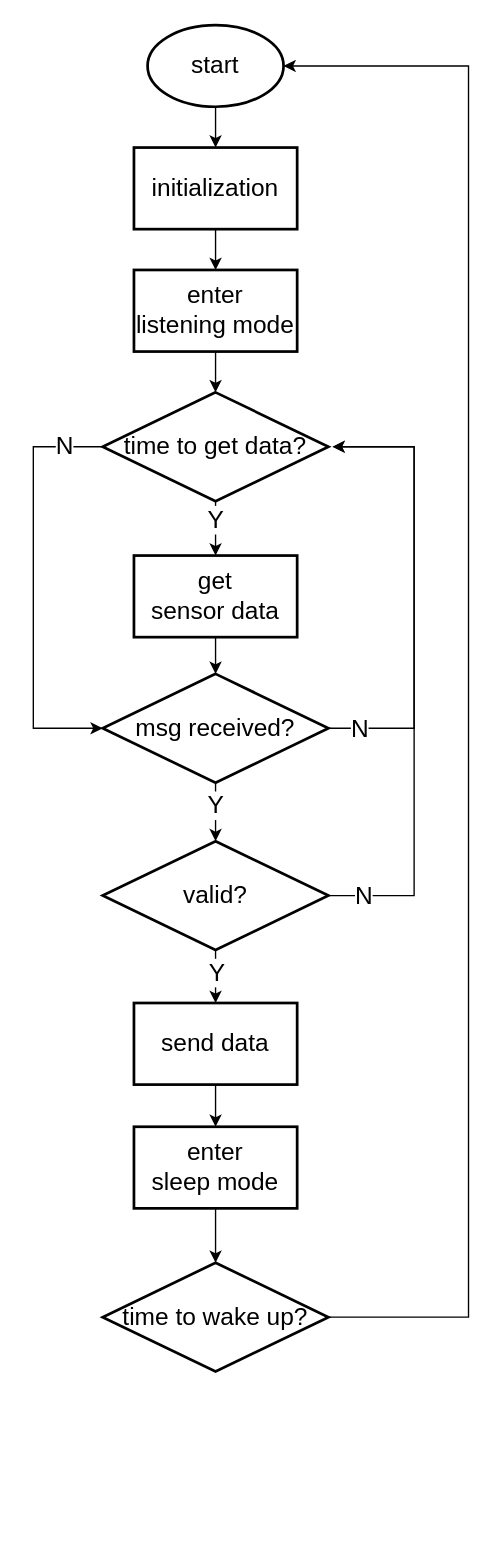
Before: project/esp32/child_node_req.drawio in kazuyahirotsu/LoRa, a draw.io diagram. Source tidied: cells renumbered, new cells numbered last; positions are measured from the earlier drawing's top-left corner, leaving out a move shared by most shapes. Both pictures are drawn from the tidied source at 136%, with x=0, y=0 at pixel (33, 24).
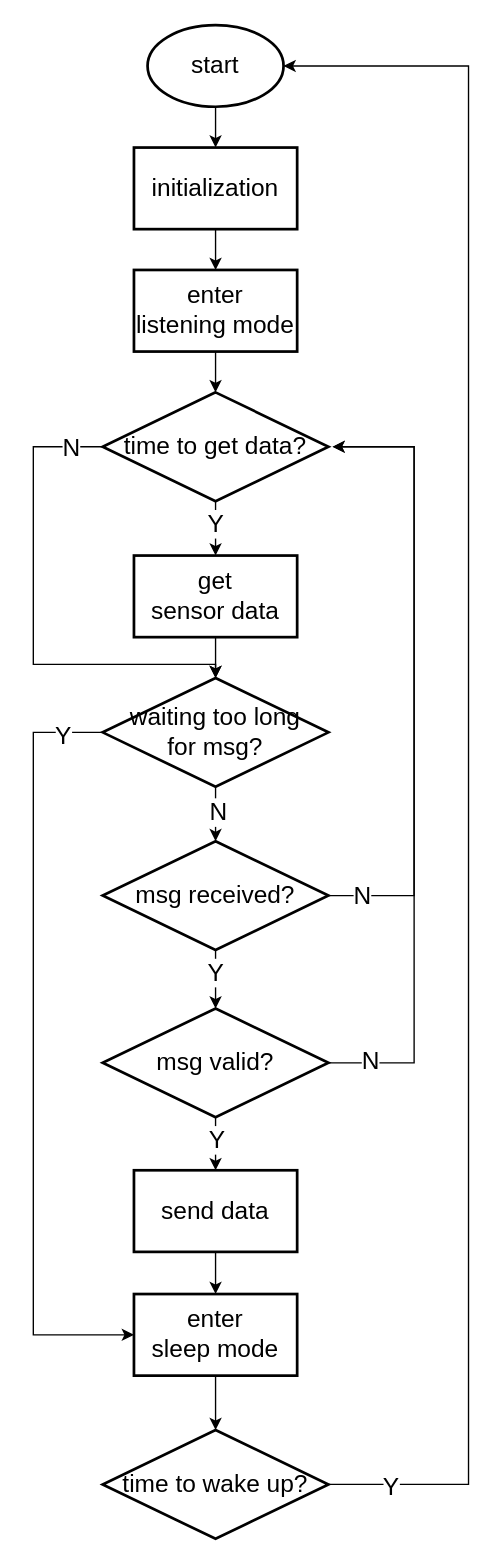
After the change.

Unchanged cells that the change refers to:
```xml
<mxCell id="3" value="start" style="strokeWidth=2;html=1;shape=mxgraph.flowchart.start_1;whiteSpace=wrap;fontSize=18;" parent="1" vertex="1">
  <mxGeometry x="84" width="100" height="60" as="geometry" />
</mxCell>
<mxCell id="21" value="time to get data?" style="rhombus;whiteSpace=wrap;html=1;fontSize=18;strokeWidth=2;" parent="1" vertex="1">
  <mxGeometry x="51" y="270" width="166" height="80" as="geometry" />
</mxCell>
<mxCell id="23" value="get&lt;br&gt;sensor data" style="whiteSpace=wrap;html=1;fontSize=18;strokeWidth=2;" parent="1" vertex="1">
  <mxGeometry x="74" y="390" width="120" height="60" as="geometry" />
</mxCell>
```

The edit, as a diff of the source:
```diff
@@
     <mxCell id="8" style="edgeStyle=orthogonalEdgeStyle;rounded=0;jettySize=auto;html=1;exitX=1;exitY=0.5;exitDx=0;exitDy=0;fontSize=12;" parent="1" edge="1" source="11">
       <mxGeometry relative="1" as="geometry">
         <mxPoint x="220" y="310" as="targetPoint" />
         <Array as="points">
-          <mxPoint x="280" y="517" />
+          <mxPoint x="280" y="640" />
           <mxPoint x="280" y="310" />
         </Array>
       </mxGeometry>
     </mxCell>
+    <mxCell id="31" value="N" style="edgeLabel;html=1;align=center;verticalAlign=middle;fontSize=18;" parent="8" vertex="1">
+      <mxGeometry x="-0.86" y="-2" relative="1" as="geometry">
+        <mxPoint x="-8" y="-2" as="offset" />
+      </mxGeometry>
+    </mxCell>
@@
     <mxCell id="11" value="msg received?" style="rhombus;whiteSpace=wrap;html=1;fontSize=18;strokeWidth=2;" parent="1" vertex="1">
-      <mxGeometry x="51" y="477" width="166" height="80" as="geometry" />
+      <mxGeometry x="51" y="600" width="166" height="80" as="geometry" />
     </mxCell>
@@
     <mxCell id="14" style="edgeStyle=orthogonalEdgeStyle;rounded=0;jettySize=auto;html=1;exitX=1;exitY=0.5;exitDx=0;exitDy=0;fontSize=18;" parent="1" edge="1" source="15">
       <mxGeometry relative="1" as="geometry">
         <mxPoint x="220" y="310" as="targetPoint" />
         <Array as="points">
-          <mxPoint x="280" y="640" />
+          <mxPoint x="280" y="763" />
           <mxPoint x="280" y="310" />
         </Array>
       </mxGeometry>
     </mxCell>
+    <mxCell id="32" value="N" style="edgeLabel;html=1;align=center;verticalAlign=middle;fontSize=18;" parent="14" vertex="1">
+      <mxGeometry x="-0.9" y="2" relative="1" as="geometry">
+        <mxPoint x="1" as="offset" />
+      </mxGeometry>
+    </mxCell>
-    <mxCell id="15" value="valid?" style="rhombus;whiteSpace=wrap;html=1;fontSize=18;strokeWidth=2;" parent="1" vertex="1">
-      <mxGeometry x="51" y="600" width="166" height="80" as="geometry" />
+    <mxCell id="15" value="msg valid?" style="rhombus;whiteSpace=wrap;html=1;fontSize=18;strokeWidth=2;" parent="1" vertex="1">
+      <mxGeometry x="51" y="723" width="166" height="80" as="geometry" />
     </mxCell>
@@
     <mxCell id="17" value="send data" style="whiteSpace=wrap;html=1;fontSize=18;strokeWidth=2;" parent="1" vertex="1">
-      <mxGeometry x="74" y="719" width="120" height="60" as="geometry" />
+      <mxGeometry x="74" y="842" width="120" height="60" as="geometry" />
     </mxCell>
@@
-    <mxCell id="19" style="edgeStyle=orthogonalEdgeStyle;rounded=0;jettySize=auto;html=1;exitX=0;exitY=0.5;exitDx=0;exitDy=0;fontSize=18;entryX=0;entryY=0.5;entryDx=0;entryDy=0;" parent="1" edge="1" source="21" target="11">
+    <mxCell id="19" style="edgeStyle=orthogonalEdgeStyle;rounded=0;jettySize=auto;html=1;exitX=0;exitY=0.5;exitDx=0;exitDy=0;fontSize=18;entryX=0.5;entryY=0;entryDx=0;entryDy=0;" parent="1" edge="1" source="21" target="39">
       <mxGeometry relative="1" as="geometry">
         <Array as="points">
           <mxPoint y="310" />
-          <mxPoint y="517" />
+          <mxPoint y="470" />
+          <mxPoint x="134" y="470" />
         </Array>
       </mxGeometry>
     </mxCell>
     <mxCell id="20" value="N" style="edgeLabel;html=1;align=center;verticalAlign=middle;fontSize=18;" parent="19" vertex="1">
-      <mxGeometry x="-0.81" y="-1" relative="1" as="geometry" />
+      <mxGeometry x="-0.81" y="-1" relative="1" as="geometry">
+        <mxPoint x="10" y="1" as="offset" />
+      </mxGeometry>
     </mxCell>
@@
-    <mxCell id="22" style="edgeStyle=orthogonalEdgeStyle;rounded=0;jettySize=auto;html=1;exitX=0.5;exitY=1;exitDx=0;exitDy=0;entryX=0.5;entryY=0;entryDx=0;entryDy=0;fontSize=18;" parent="1" edge="1" source="23" target="11">
-      <mxGeometry relative="1" as="geometry" />
-    </mxCell>
+    <mxCell id="33" style="edgeStyle=orthogonalEdgeStyle;rounded=0;jettySize=auto;html=1;exitX=0.5;exitY=1;exitDx=0;exitDy=0;entryX=0.5;entryY=0;entryDx=0;entryDy=0;fontSize=18;" parent="1" edge="1" source="23" target="39">
+      <mxGeometry relative="1" as="geometry" />
+    </mxCell>
@@
-    <mxCell id="24" value="N" style="edgeLabel;html=1;align=center;verticalAlign=middle;fontSize=18;" parent="1" vertex="1">
-      <mxGeometry x="251" y="700" as="geometry">
-        <mxPoint x="-12" y="-183" as="offset" />
-      </mxGeometry>
-    </mxCell>
-    <mxCell id="25" value="N" style="edgeLabel;html=1;align=center;verticalAlign=middle;fontSize=18;" parent="1" vertex="1">
-      <mxGeometry x="150" y="446" as="geometry">
-        <mxPoint x="92" y="194" as="offset" />
-      </mxGeometry>
-    </mxCell>
     <mxCell id="26" value="Y" style="edgeLabel;html=1;align=center;verticalAlign=middle;fontSize=18;" parent="1" vertex="1">
-      <mxGeometry x="132" y="477" as="geometry">
+      <mxGeometry x="132" y="480" as="geometry">
         <mxPoint x="1" y="-114" as="offset" />
       </mxGeometry>
     </mxCell>
@@
     <mxCell id="28" value="enter&lt;br&gt;sleep mode" style="whiteSpace=wrap;html=1;fontSize=18;strokeWidth=2;" parent="1" vertex="1">
-      <mxGeometry x="74" y="810" width="120" height="60" as="geometry" />
+      <mxGeometry x="74" y="933" width="120" height="60" as="geometry" />
     </mxCell>
     <mxCell id="29" style="edgeStyle=orthogonalEdgeStyle;rounded=0;jettySize=auto;html=1;exitX=1;exitY=0.5;exitDx=0;exitDy=0;entryX=1;entryY=0.5;entryDx=0;entryDy=0;entryPerimeter=0;fontSize=18;" parent="1" edge="1" source="30" target="3">
       <mxGeometry relative="1" as="geometry">
         <Array as="points">
-          <mxPoint x="320" y="950" />
+          <mxPoint x="320" y="1073" />
           <mxPoint x="320" y="30" />
         </Array>
       </mxGeometry>
     </mxCell>
+    <mxCell id="34" value="&lt;font style=&quot;font-size: 18px;&quot;&gt;Y&lt;/font&gt;" style="edgeLabel;html=1;align=center;verticalAlign=middle;" parent="29" vertex="1">
+      <mxGeometry x="-0.93" y="-1" relative="1" as="geometry" />
+    </mxCell>
     <mxCell id="30" value="time to wake up?" style="rhombus;whiteSpace=wrap;html=1;fontSize=18;strokeWidth=2;" parent="1" vertex="1">
-      <mxGeometry x="51" y="910" width="166" height="80" as="geometry" />
+      <mxGeometry x="51" y="1033" width="166" height="80" as="geometry" />
     </mxCell>
+    <mxCell id="35" style="edgeStyle=orthogonalEdgeStyle;rounded=0;jettySize=auto;html=1;exitX=0.5;exitY=1;exitDx=0;exitDy=0;entryX=0.5;entryY=0;entryDx=0;entryDy=0;fontSize=18;" parent="1" edge="1" source="39" target="11">
+      <mxGeometry relative="1" as="geometry" />
+    </mxCell>
+    <mxCell id="36" value="N" style="edgeLabel;html=1;align=center;verticalAlign=middle;fontSize=18;" parent="35" vertex="1">
+      <mxGeometry x="-0.11" y="1" relative="1" as="geometry" />
+    </mxCell>
+    <mxCell id="37" style="edgeStyle=orthogonalEdgeStyle;rounded=0;jettySize=auto;html=1;exitX=0;exitY=0.5;exitDx=0;exitDy=0;entryX=0;entryY=0.5;entryDx=0;entryDy=0;fontSize=18;" parent="1" edge="1" source="39" target="28">
+      <mxGeometry relative="1" as="geometry">
+        <Array as="points">
+          <mxPoint y="520" />
+          <mxPoint y="963" />
+        </Array>
+      </mxGeometry>
+    </mxCell>
+    <mxCell id="38" value="Y" style="edgeLabel;html=1;align=center;verticalAlign=middle;fontSize=18;" parent="37" vertex="1">
+      <mxGeometry x="-0.9" y="2" relative="1" as="geometry">
+        <mxPoint x="-1" as="offset" />
+      </mxGeometry>
+    </mxCell>
+    <mxCell id="39" value="waiting too long&lt;br&gt;for msg?" style="rhombus;whiteSpace=wrap;html=1;fontSize=18;strokeWidth=2;" parent="1" vertex="1">
+      <mxGeometry x="51" y="480" width="166" height="80" as="geometry" />
+    </mxCell>
```
